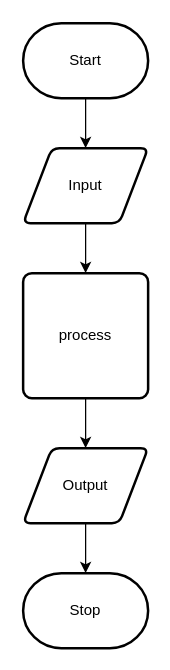
Earlier version of the draw.io diagram design/flow-chart.drawio (andre-deveau/ICS20-Unit3-03-JS). Source tidied: cells renumbered, new cells numbered last; positions are measured from the earlier drawing's top-left corner, leaving out a move shared by most shapes. Both pictures are drawn from the tidied source at 125%, with x=0, y=0 at pixel (22, 22).
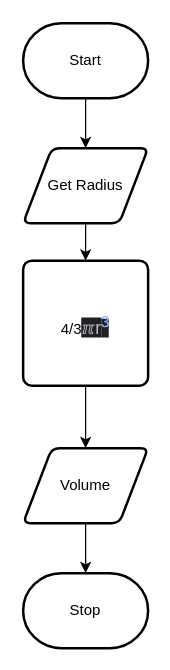
The same page after the edit.

What changed in the source:
```diff
@@
 <mxGraphModel>
   <root>
     <mxCell id="0" />
     <mxCell id="1" parent="0" />
     <mxCell id="2" style="edgeStyle=none;html=1;" parent="1" edge="1" source="3" target="5">
       <mxGeometry relative="1" as="geometry" />
     </mxCell>
     <mxCell id="3" value="Start" style="strokeWidth=2;html=1;shape=mxgraph.flowchart.terminator;whiteSpace=wrap;" parent="1" vertex="1">
       <mxGeometry width="100" height="60" as="geometry" />
     </mxCell>
     <mxCell id="4" style="edgeStyle=none;html=1;" parent="1" edge="1" source="5" target="7">
       <mxGeometry relative="1" as="geometry" />
     </mxCell>
-    <mxCell id="5" value="Input" style="shape=parallelogram;html=1;strokeWidth=2;perimeter=parallelogramPerimeter;whiteSpace=wrap;rounded=1;arcSize=12;size=0.23;" parent="1" vertex="1">
+    <mxCell id="5" value="Get Radius" style="shape=parallelogram;html=1;strokeWidth=2;perimeter=parallelogramPerimeter;whiteSpace=wrap;rounded=1;arcSize=12;size=0.23;" parent="1" vertex="1">
       <mxGeometry y="100" width="100" height="60" as="geometry" />
     </mxCell>
     <mxCell id="6" style="edgeStyle=none;html=1;" parent="1" edge="1" source="7" target="9">
       <mxGeometry relative="1" as="geometry" />
     </mxCell>
-    <mxCell id="7" value="process" style="rounded=1;whiteSpace=wrap;html=1;absoluteArcSize=1;arcSize=14;strokeWidth=2;" parent="1" vertex="1">
-      <mxGeometry y="200" width="100" height="100" as="geometry" />
+    <mxCell id="7" value="4/3&lt;span style=&quot;color: rgb(189 , 193 , 198) ; font-family: &amp;#34;arial&amp;#34; , sans-serif ; font-size: 14px ; text-align: left ; background-color: rgb(32 , 33 , 36)&quot;&gt;ℼr&lt;/span&gt;&lt;a href=&quot;https://www.compart.com/en/unicode/U+00B3&quot; style=&quot;color: rgb(138 , 180 , 248) ; outline: 0px ; font-family: &amp;#34;arial&amp;#34; , sans-serif ; font-size: small ; text-align: left ; background-color: rgb(32 , 33 , 36)&quot;&gt;&lt;h3 class=&quot;LC20lb MBeuO DKV0Md&quot; style=&quot;font-weight: 400 ; margin: 0px 0px 3px ; padding: 5px 0px 0px ; font-size: 20px ; line-height: 1.3 ; display: inline-block&quot;&gt;³&lt;/h3&gt;&lt;/a&gt;" style="rounded=1;whiteSpace=wrap;html=1;absoluteArcSize=1;arcSize=14;strokeWidth=2;" parent="1" vertex="1">
+      <mxGeometry y="190" width="100" height="100" as="geometry" />
     </mxCell>
     <mxCell id="8" style="edgeStyle=none;html=1;" parent="1" edge="1" source="9" target="10">
       <mxGeometry relative="1" as="geometry" />
     </mxCell>
-    <mxCell id="9" value="Output" style="shape=parallelogram;html=1;strokeWidth=2;perimeter=parallelogramPerimeter;whiteSpace=wrap;rounded=1;arcSize=12;size=0.23;" parent="1" vertex="1">
+    <mxCell id="9" value="Volume" style="shape=parallelogram;html=1;strokeWidth=2;perimeter=parallelogramPerimeter;whiteSpace=wrap;rounded=1;arcSize=12;size=0.23;" parent="1" vertex="1">
       <mxGeometry y="340" width="100" height="60" as="geometry" />
     </mxCell>
     <mxCell id="10" value="Stop" style="strokeWidth=2;html=1;shape=mxgraph.flowchart.terminator;whiteSpace=wrap;" parent="1" vertex="1">
       <mxGeometry y="440" width="100" height="60" as="geometry" />
     </mxCell>
   </root>
 </mxGraphModel>
```
